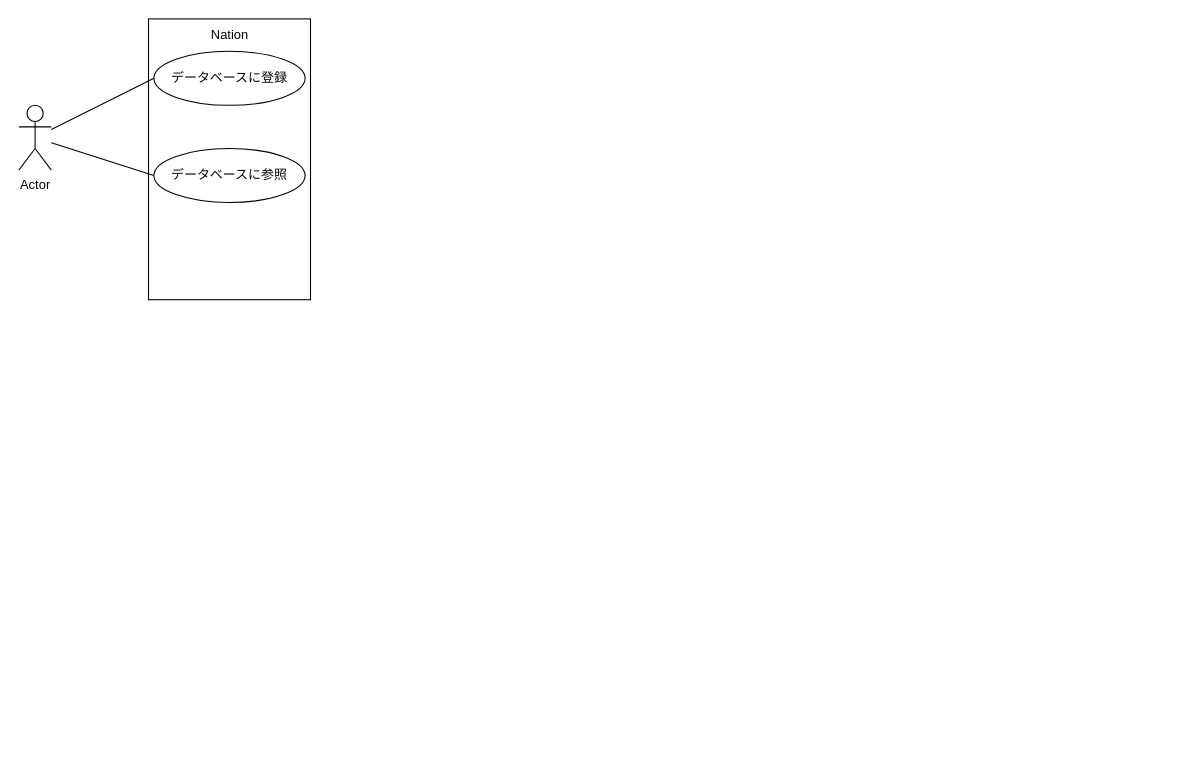
motoo1789/draw.io keeps this draw.io diagram as page "Noation" (2 of 8) of クラス図とか.drawio. Above is the earlier version. Source tidied: cells renumbered, new cells numbered last; positions are measured from the earlier drawing's top-left corner, leaving out a move shared by most shapes. Both pictures are drawn from the tidied source at 108%, with x=0, y=0 at pixel (18, 18).
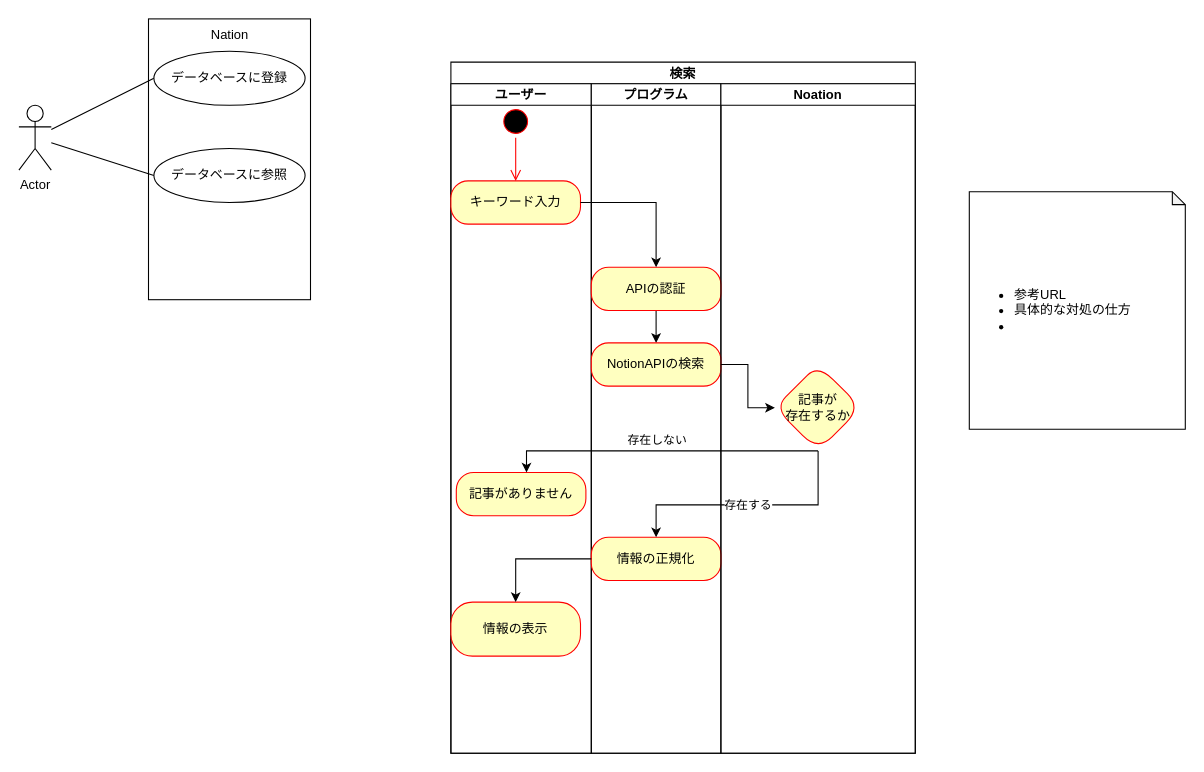
The same page after the edit.

Change to the diagram source:
```diff
@@
+    <mxCell id="8" value="検索" style="swimlane;startSize=20;" parent="1" vertex="1">
+      <mxGeometry x="400" y="40" width="430" height="640" as="geometry" />
+    </mxCell>
+    <mxCell id="9" value="ユーザー" style="swimlane;startSize=20;" parent="8" vertex="1">
+      <mxGeometry y="20" width="130" height="620" as="geometry" />
+    </mxCell>
+    <mxCell id="10" style="ellipse;html=1;shape=startState;fillColor=#000000;strokeColor=#ff0000;" parent="9" vertex="1">
+      <mxGeometry x="45" y="20" width="30" height="30" as="geometry" />
+    </mxCell>
+    <mxCell id="11" value="キーワード入力" style="rounded=1;whiteSpace=wrap;html=1;arcSize=40;fontColor=#000000;fillColor=#ffffc0;strokeColor=#ff0000;" parent="9" vertex="1">
+      <mxGeometry y="90" width="120" height="40" as="geometry" />
+    </mxCell>
+    <mxCell id="12" value="記事がありません" style="whiteSpace=wrap;html=1;fillColor=#ffffc0;strokeColor=#ff0000;fontColor=#000000;rounded=1;arcSize=40;" parent="9" vertex="1">
+      <mxGeometry x="5" y="360" width="120" height="40" as="geometry" />
+    </mxCell>
+    <mxCell id="13" value="情報の表示" style="whiteSpace=wrap;html=1;fillColor=#ffffc0;strokeColor=#ff0000;fontColor=#000000;rounded=1;arcSize=40;" parent="9" vertex="1">
+      <mxGeometry y="480" width="120" height="50" as="geometry" />
+    </mxCell>
+    <mxCell id="14" value="プログラム" style="swimlane;startSize=20;" parent="8" vertex="1">
+      <mxGeometry x="130" y="20" width="120" height="620" as="geometry" />
+    </mxCell>
+    <mxCell id="15" style="edgeStyle=orthogonalEdgeStyle;rounded=0;jettySize=auto;html=1;" parent="14" edge="1" source="16" target="17">
+      <mxGeometry relative="1" as="geometry" />
+    </mxCell>
+    <mxCell id="16" value="APIの認証" style="rounded=1;whiteSpace=wrap;html=1;arcSize=40;fontColor=#000000;fillColor=#ffffc0;strokeColor=#ff0000;" parent="14" vertex="1">
+      <mxGeometry y="170" width="120" height="40" as="geometry" />
+    </mxCell>
+    <mxCell id="17" value="NotionAPIの検索" style="rounded=1;whiteSpace=wrap;html=1;arcSize=40;fontColor=#000000;fillColor=#ffffc0;strokeColor=#ff0000;" parent="14" vertex="1">
+      <mxGeometry y="240" width="120" height="40" as="geometry" />
+    </mxCell>
+    <mxCell id="18" value="情報の正規化" style="whiteSpace=wrap;html=1;fillColor=#ffffc0;strokeColor=#ff0000;fontColor=#000000;rounded=1;arcSize=40;" parent="14" vertex="1">
+      <mxGeometry y="420" width="120" height="40" as="geometry" />
+    </mxCell>
+    <mxCell id="19" value="Noation" style="swimlane;startSize=20;" parent="8" vertex="1">
+      <mxGeometry x="250" y="20" width="180" height="620" as="geometry" />
+    </mxCell>
+    <mxCell id="20" value="記事が&lt;br&gt;存在するか" style="rhombus;whiteSpace=wrap;html=1;fillColor=#ffffc0;strokeColor=#ff0000;fontColor=#000000;rounded=1;arcSize=40;" parent="19" vertex="1">
+      <mxGeometry x="50" y="260" width="80" height="80" as="geometry" />
+    </mxCell>
+    <mxCell id="21" style="edgeStyle=orthogonalEdgeStyle;rounded=0;jettySize=auto;html=1;" parent="8" edge="1" source="11" target="16">
+      <mxGeometry relative="1" as="geometry" />
+    </mxCell>
+    <mxCell id="22" style="edgeStyle=orthogonalEdgeStyle;rounded=0;jettySize=auto;html=1;" parent="8" edge="1" source="17" target="20">
+      <mxGeometry relative="1" as="geometry" />
+    </mxCell>
+    <mxCell id="23" value="存在しない" style="edgeStyle=orthogonalEdgeStyle;rounded=0;jettySize=auto;html=1;exitX=0.5;exitY=1;exitDx=0;exitDy=0;" parent="8" edge="1" source="20" target="12">
+      <mxGeometry x="0.03" y="-10" relative="1" as="geometry">
+        <Array as="points">
+          <mxPoint x="70" y="360" />
+        </Array>
+      </mxGeometry>
+    </mxCell>
+    <mxCell id="24" value="&lt;div&gt;存在する&lt;/div&gt;" style="edgeStyle=orthogonalEdgeStyle;rounded=0;jettySize=auto;html=1;" parent="8" edge="1" source="20" target="18">
+      <mxGeometry relative="1" as="geometry">
+        <Array as="points">
+          <mxPoint x="340" y="410" />
+          <mxPoint x="190" y="410" />
+        </Array>
+      </mxGeometry>
+    </mxCell>
+    <mxCell id="25" style="edgeStyle=orthogonalEdgeStyle;rounded=0;jettySize=auto;html=1;" parent="8" edge="1" source="18" target="13">
+      <mxGeometry relative="1" as="geometry" />
+    </mxCell>
+    <mxCell id="26" style="edgeStyle=orthogonalEdgeStyle;html=1;verticalAlign=bottom;endArrow=open;endSize=8;strokeColor=#ff0000;rounded=0;" parent="1" edge="1" source="10">
+      <mxGeometry relative="1" as="geometry">
+        <mxPoint x="460" y="150" as="targetPoint" />
+      </mxGeometry>
+    </mxCell>
+    <mxCell id="27" value="&lt;ul&gt;&lt;li&gt;参考URL&lt;/li&gt;&lt;li&gt;具体的な対処の仕方&lt;/li&gt;&lt;li&gt;&lt;br&gt;&lt;/li&gt;&lt;/ul&gt;" style="shape=note;whiteSpace=wrap;html=1;backgroundOutline=1;darkOpacity=0.05;size=12;align=left;" parent="1" vertex="1">
+      <mxGeometry x="880" y="160" width="200" height="220" as="geometry" />
+    </mxCell>
```
